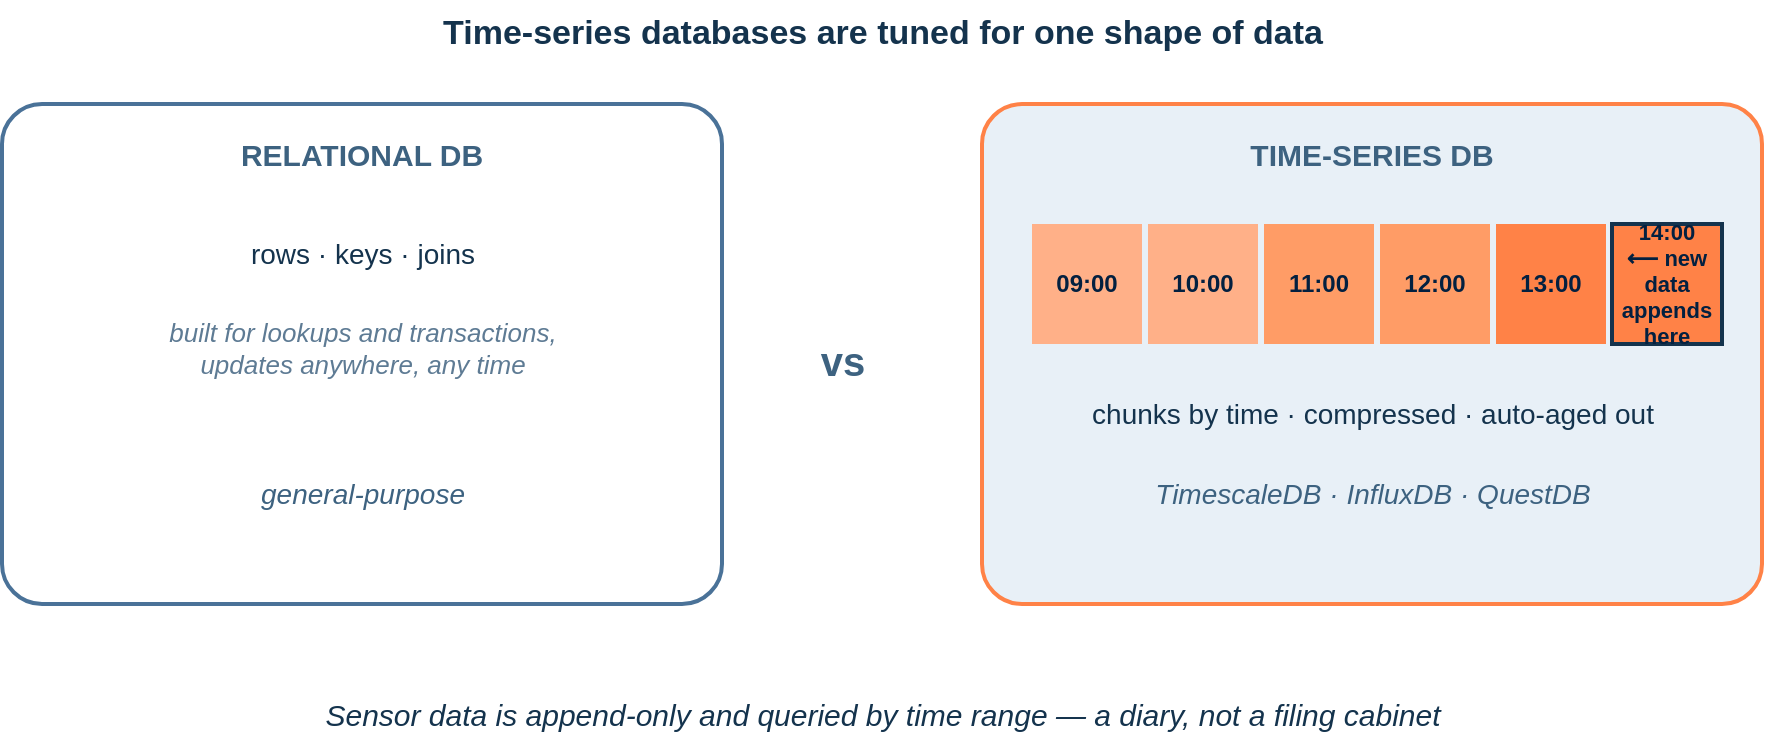
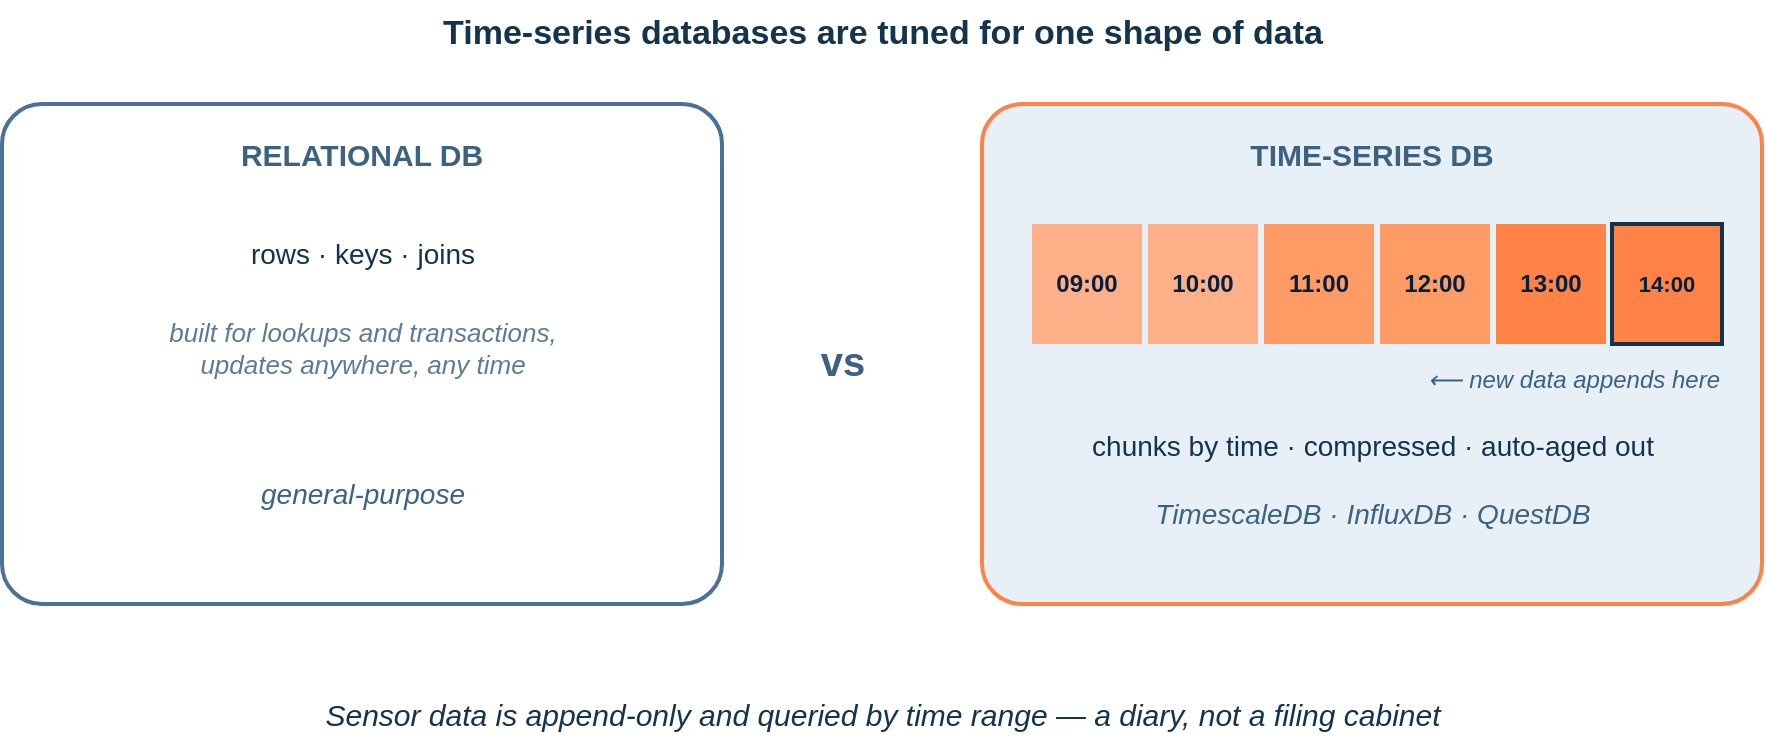
<mxfile host="app.diagrams.net">
  <diagram id="cn3-fig07" name="cn3-fig07">
    <mxGraphModel dx="1000" dy="600" grid="0" page="1" pageScale="1" pageWidth="1000" pageHeight="430" math="0" shadow="0" background="#FFFFFF">
      <root>
        <mxCell id="0"/>
        <mxCell id="1" parent="0"/>
        <mxCell id="title" value="Time-series databases are tuned for one shape of data" style="text;html=1;align=center;fontColor=#14334D;fontSize=17;fontStyle=1;fontFamily=Helvetica;" vertex="1" parent="1">
          <mxGeometry x="100" y="18" width="800" height="28" as="geometry"/>
        </mxCell>
        <mxCell id="rel" value="RELATIONAL DB" style="rounded=1;whiteSpace=wrap;html=1;fillColor=none;strokeColor=#4A7298;strokeWidth=2;verticalAlign=top;fontColor=#3D6280;fontSize=15;fontStyle=1;fontFamily=Helvetica;spacingTop=10;arcSize=8;" vertex="1" parent="1">
          <mxGeometry x="60" y="70" width="360" height="250" as="geometry"/>
        </mxCell>
        <mxCell id="r1" value="rows · keys · joins" style="text;html=1;align=center;fontColor=#14334D;fontSize=14;fontFamily=Helvetica;" vertex="1" parent="1"><mxGeometry x="90" y="130" width="300" height="26" as="geometry"/></mxCell>
        <mxCell id="r2" value="built for lookups and transactions,&#10;updates anywhere, any time" style="text;html=1;align=center;fontColor=#5E7B94;fontSize=13;fontStyle=2;fontFamily=Helvetica;" vertex="1" parent="1"><mxGeometry x="90" y="170" width="300" height="44" as="geometry"/></mxCell>
        <mxCell id="r3" value="general-purpose" style="text;html=1;align=center;fontColor=#3D6280;fontSize=14;fontStyle=2;fontFamily=Helvetica;" vertex="1" parent="1"><mxGeometry x="90" y="250" width="300" height="26" as="geometry"/></mxCell>
        <mxCell id="vs" value="vs" style="text;html=1;align=center;fontColor=#3D6280;fontSize=20;fontStyle=1;fontFamily=Helvetica;" vertex="1" parent="1"><mxGeometry x="450" y="180" width="60" height="30" as="geometry"/></mxCell>
        <mxCell id="ts" value="TIME-SERIES DB" style="rounded=1;whiteSpace=wrap;html=1;fillColor=#E8F0F7;strokeColor=#FF8247;strokeWidth=2;verticalAlign=top;fontColor=#3D6280;fontSize=15;fontStyle=1;fontFamily=Helvetica;spacingTop=10;arcSize=8;" vertex="1" parent="1">
          <mxGeometry x="550" y="70" width="390" height="250" as="geometry"/>
        </mxCell>
        <mxCell id="k1" value="09:00" style="whiteSpace=wrap;html=1;fillColor=#FFB088;strokeColor=none;fontColor=#032040;fontSize=12;fontStyle=1;fontFamily=Helvetica;" vertex="1" parent="1"><mxGeometry x="575" y="130" width="55" height="60" as="geometry"/></mxCell>
        <mxCell id="k2" value="10:00" style="whiteSpace=wrap;html=1;fillColor=#FFB088;strokeColor=none;fontColor=#032040;fontSize=12;fontStyle=1;fontFamily=Helvetica;" vertex="1" parent="1"><mxGeometry x="633" y="130" width="55" height="60" as="geometry"/></mxCell>
        <mxCell id="k3" value="11:00" style="whiteSpace=wrap;html=1;fillColor=#FF9C66;strokeColor=none;fontColor=#032040;fontSize=12;fontStyle=1;fontFamily=Helvetica;" vertex="1" parent="1"><mxGeometry x="691" y="130" width="55" height="60" as="geometry"/></mxCell>
        <mxCell id="k4" value="12:00" style="whiteSpace=wrap;html=1;fillColor=#FF9C66;strokeColor=none;fontColor=#032040;fontSize=12;fontStyle=1;fontFamily=Helvetica;" vertex="1" parent="1"><mxGeometry x="749" y="130" width="55" height="60" as="geometry"/></mxCell>
        <mxCell id="k5" value="13:00" style="whiteSpace=wrap;html=1;fillColor=#FF8247;strokeColor=none;fontColor=#032040;fontSize=12;fontStyle=1;fontFamily=Helvetica;" vertex="1" parent="1"><mxGeometry x="807" y="130" width="55" height="60" as="geometry"/></mxCell>
-         <mxCell id="k6" value="14:00&#10;⟵ new data&#10;appends here" style="whiteSpace=wrap;html=1;fillColor=#FF8247;strokeColor=#14334D;strokeWidth=2;fontColor=#032040;fontSize=11;fontStyle=1;fontFamily=Helvetica;" vertex="1" parent="1"><mxGeometry x="865" y="130" width="55" height="60" as="geometry"/></mxCell>
-         <mxCell id="t1" value="chunks by time · compressed · auto-aged out" style="text;html=1;align=center;fontColor=#14334D;fontSize=14;fontFamily=Helvetica;" vertex="1" parent="1"><mxGeometry x="575" y="210" width="340" height="26" as="geometry"/></mxCell>
-         <mxCell id="t2" value="TimescaleDB · InfluxDB · QuestDB" style="text;html=1;align=center;fontColor=#3D6280;fontSize=14;fontStyle=2;fontFamily=Helvetica;" vertex="1" parent="1"><mxGeometry x="575" y="250" width="340" height="26" as="geometry"/></mxCell>
+         <mxCell id="k6" value="14:00" style="whiteSpace=wrap;html=1;fillColor=#FF8247;strokeColor=#14334D;strokeWidth=2;fontColor=#032040;fontSize=11;fontStyle=1;fontFamily=Helvetica;" vertex="1" parent="1"><mxGeometry x="865" y="130" width="55" height="60" as="geometry"/></mxCell>
+         <mxCell id="t1" value="chunks by time · compressed · auto-aged out" style="text;html=1;align=center;fontColor=#14334D;fontSize=14;fontFamily=Helvetica;" vertex="1" parent="1"><mxGeometry x="575" y="226" width="340" height="26" as="geometry"/></mxCell>
+         <mxCell id="t2" value="TimescaleDB · InfluxDB · QuestDB" style="text;html=1;align=center;fontColor=#3D6280;fontSize=14;fontStyle=2;fontFamily=Helvetica;" vertex="1" parent="1"><mxGeometry x="575" y="260" width="340" height="26" as="geometry"/></mxCell>
+         <mxCell id="k6note" value="⟵ new data appends here" style="text;html=1;align=right;fontColor=#3D6280;fontSize=12;fontStyle=2;fontFamily=Helvetica;" vertex="1" parent="1"><mxGeometry x="720" y="194" width="200" height="20" as="geometry"/></mxCell>
        <mxCell id="cap" value="Sensor data is append-only and queried by time range — a diary, not a filing cabinet" style="text;html=1;align=center;fontColor=#14334D;fontSize=15;fontStyle=2;fontFamily=Helvetica;" vertex="1" parent="1">
          <mxGeometry x="150" y="360" width="700" height="28" as="geometry"/>
        </mxCell>
      </root>
    </mxGraphModel>
  </diagram>
</mxfile>
